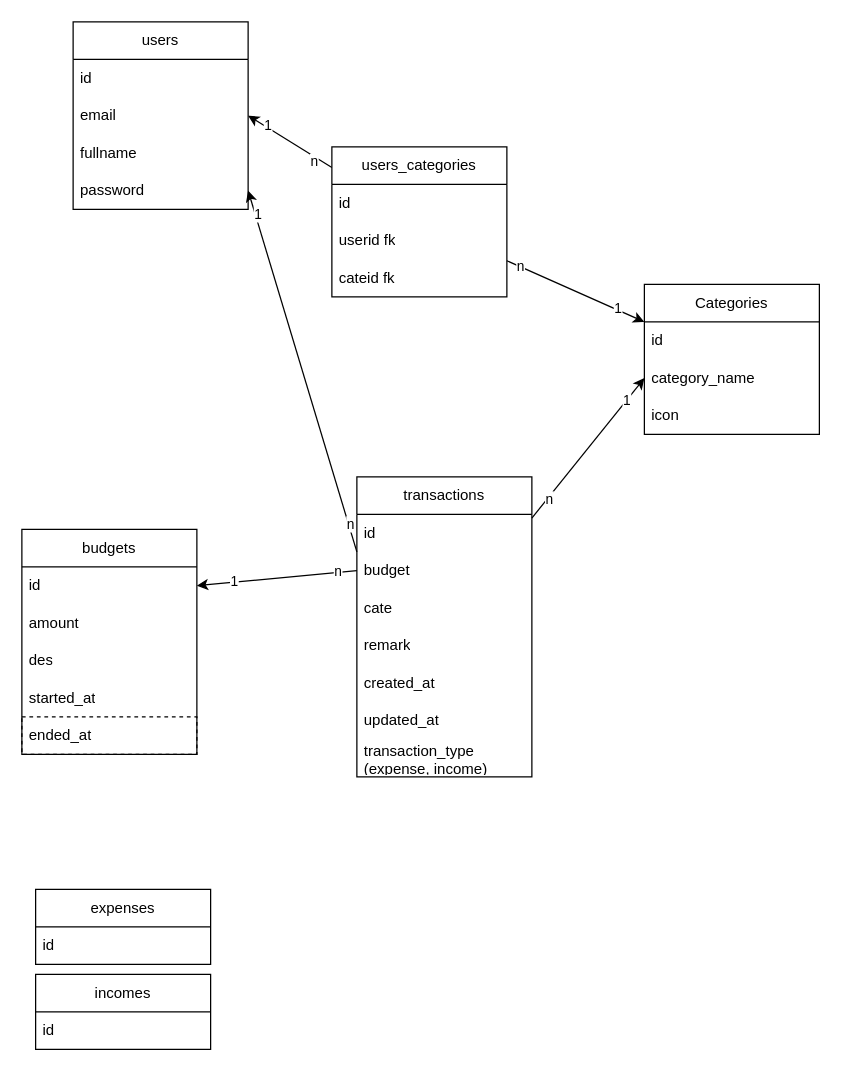
This is schema.drawio from tonsisouvanh/expense-tracker-app, a draw.io file, before an edit. Source tidied: cells renumbered, new cells numbered last; positions are measured from the earlier drawing's top-left corner, leaving out a move shared by most shapes. Both pictures are drawn from the tidied source at 125%, with x=0, y=0 at pixel (21, 21).
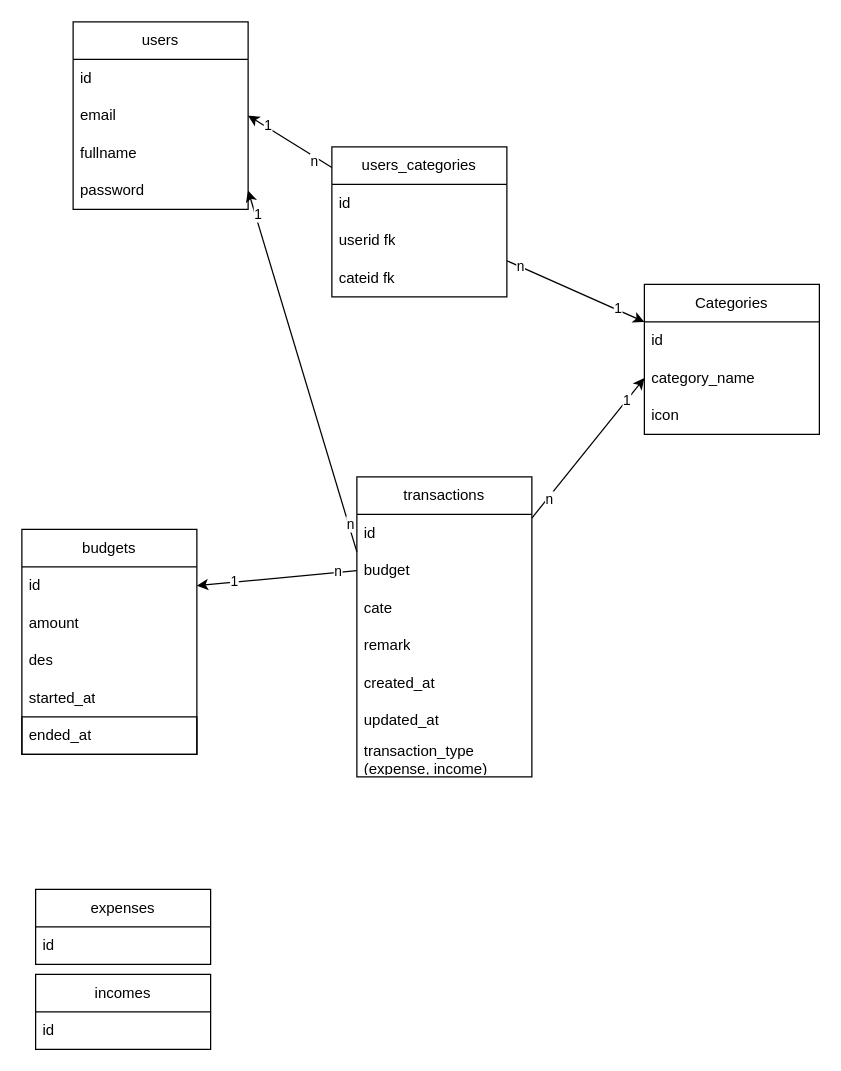
The same diagram, later.

The change refers to these unchanged cells:
```xml
<mxCell id="7" value="budgets" style="swimlane;fontStyle=0;horizontal=1;startSize=30;whiteSpace=wrap;html=1;" parent="1" vertex="1">
  <mxGeometry y="406" width="140" height="180" as="geometry" />
</mxCell>
```

The edit, as a diff of the source:
```diff
@@
-    <mxCell id="12" value="ended_at" style="text;strokeColor=default;fillColor=none;align=left;verticalAlign=middle;spacingLeft=4;spacingRight=4;overflow=hidden;whiteSpace=wrap;html=1;dashed=1;" parent="7" vertex="1">
+    <mxCell id="12" value="ended_at" style="text;strokeColor=default;fillColor=none;align=left;verticalAlign=middle;spacingLeft=4;spacingRight=4;overflow=hidden;whiteSpace=wrap;html=1;" parent="7" vertex="1">
       <mxGeometry y="150" width="140" height="30" as="geometry" />
     </mxCell>
```
